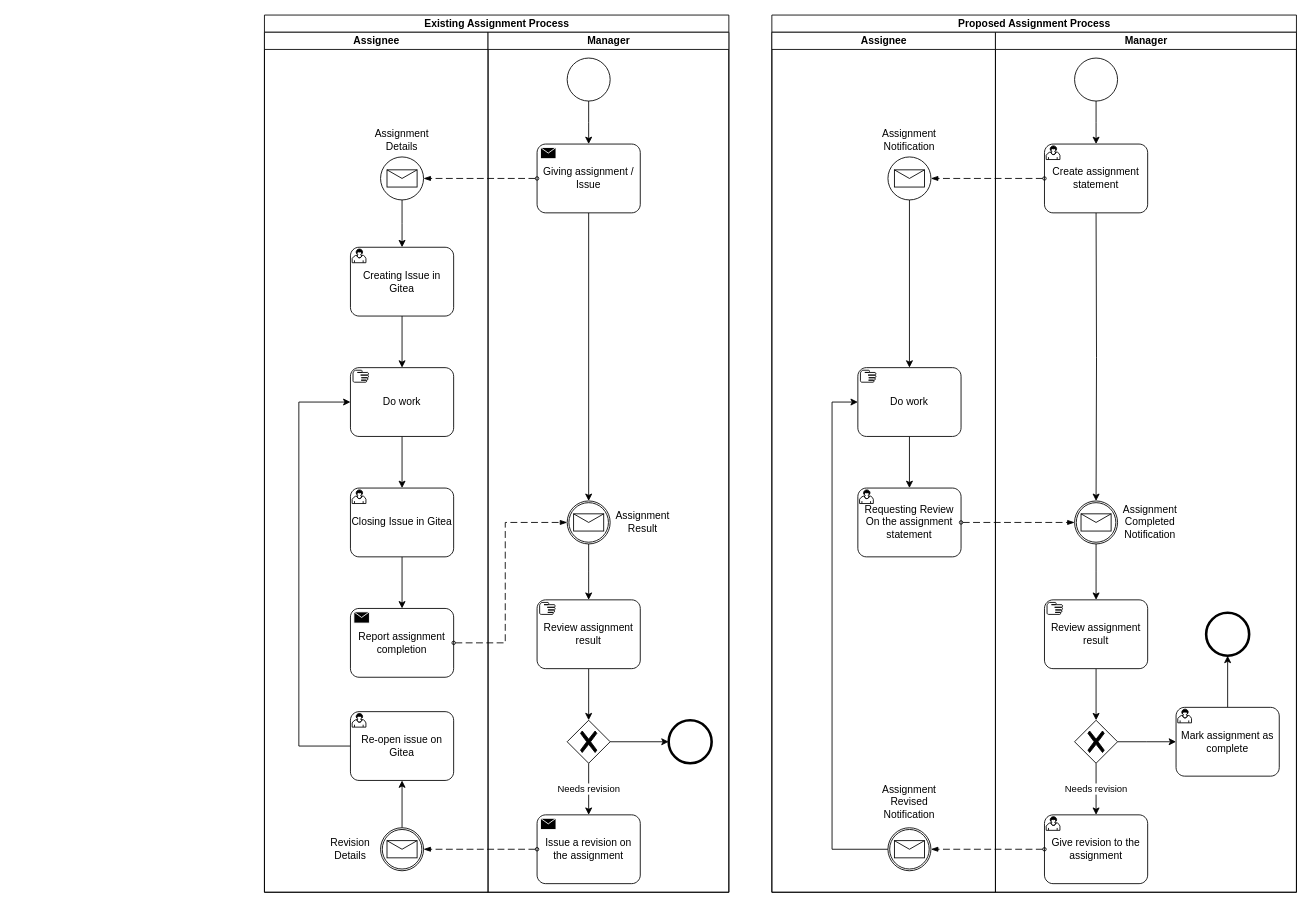
This is page "Assignment Process" (2 of 2) of Diagrams/BPM.drawio from ryusu777/TodoApp, a draw.io file, before an edit. Source tidied: cells renumbered, new cells numbered last; positions are measured from the earlier drawing's top-left corner, leaving out a move shared by most shapes. Both pictures are drawn from the tidied source at 86%, with x=0, y=0 at pixel (264, 15).
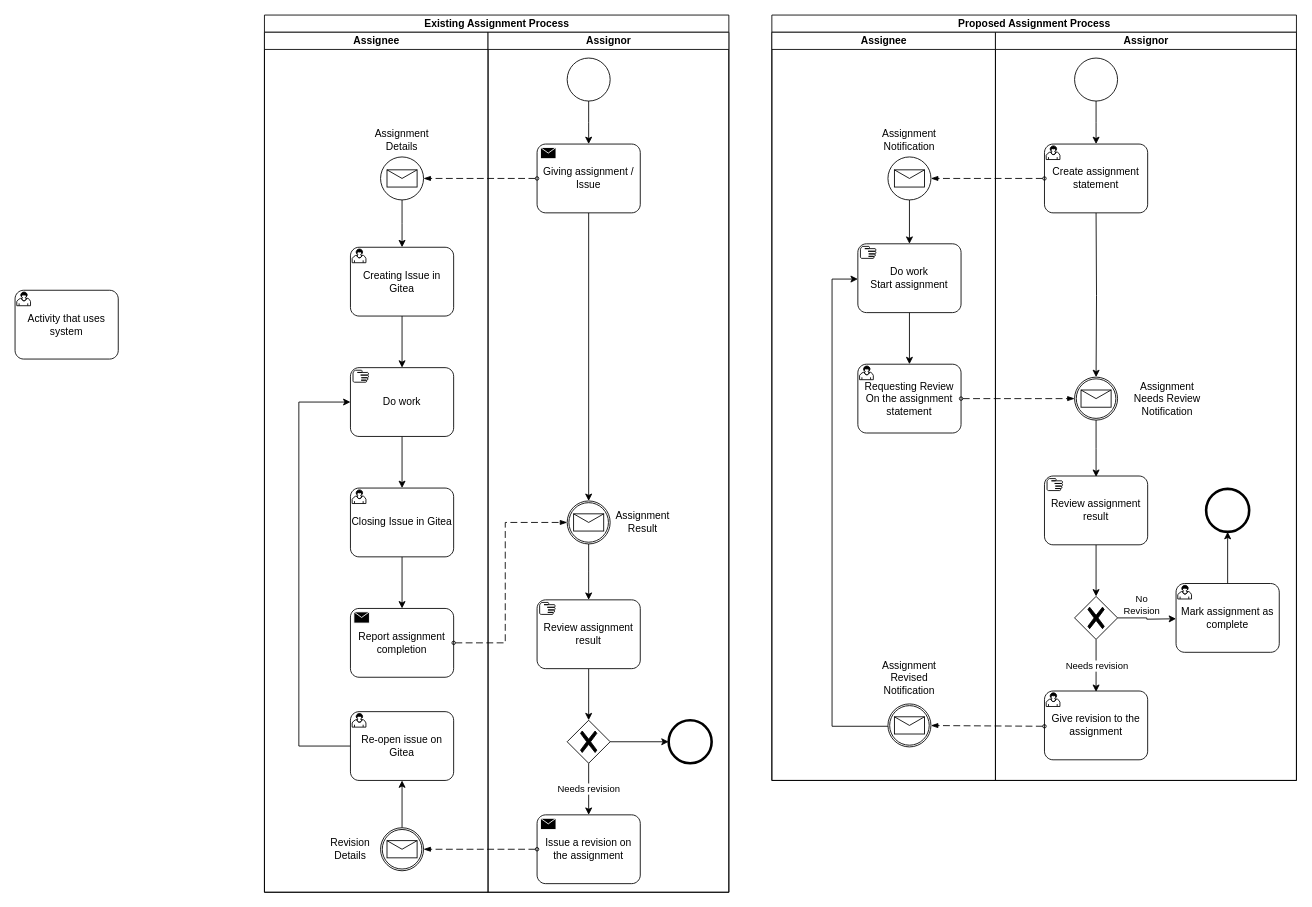
The same diagram, later.

Unchanged cells that the change refers to:
```xml
<mxCell id="2" value="Existing Assignment Process" style="swimlane;html=1;startSize=20;" parent="1" vertex="1">
  <mxGeometry width="540" height="1020" as="geometry" />
</mxCell>
```

Diff of the diagram source:
```diff
@@
-    <mxCell id="19" value="Manager" style="swimlane;html=1;startSize=20;" parent="2" vertex="1">
+    <mxCell id="19" value="Assignor" style="swimlane;html=1;startSize=20;" parent="2" vertex="1">
       <mxGeometry x="260" y="20" width="280" height="1000" as="geometry" />
     </mxCell>
@@
     <mxCell id="37" value="Proposed Assignment Process" style="swimlane;html=1;startSize=20;" parent="1" vertex="1">
-      <mxGeometry x="590" width="610" height="1020" as="geometry" />
+      <mxGeometry x="590" width="610" height="890" as="geometry" />
     </mxCell>
     <mxCell id="38" value="Assignee" style="swimlane;html=1;startSize=20;" parent="37" vertex="1">
-      <mxGeometry y="20" width="260" height="1000" as="geometry" />
+      <mxGeometry y="20" width="260" height="870" as="geometry" />
     </mxCell>
@@
     <mxCell id="42" value="Requesting Review On the assignment statement" style="points=[[0.25,0,0],[0.5,0,0],[0.75,0,0],[1,0.25,0],[1,0.5,0],[1,0.75,0],[0.75,1,0],[0.5,1,0],[0.25,1,0],[0,0.75,0],[0,0.5,0],[0,0.25,0]];shape=mxgraph.bpmn.task;whiteSpace=wrap;rectStyle=rounded;size=10;taskMarker=user;strokeWidth=1;" parent="38" vertex="1">
-      <mxGeometry x="100" y="530" width="120" height="80" as="geometry" />
+      <mxGeometry x="100" y="386" width="120" height="80" as="geometry" />
     </mxCell>
     <mxCell id="43" style="edgeStyle=orthogonalEdgeStyle;rounded=0;jettySize=auto;html=1;" parent="38" edge="1" source="44" target="46">
       <mxGeometry relative="1" as="geometry">
         <Array as="points">
-          <mxPoint x="70" y="950" />
-          <mxPoint x="70" y="430" />
+          <mxPoint x="70" y="807" />
+          <mxPoint x="70" y="287" />
         </Array>
       </mxGeometry>
     </mxCell>
     <mxCell id="44" style="points=[[0.145,0.145,0],[0.5,0,0],[0.855,0.145,0],[1,0.5,0],[0.855,0.855,0],[0.5,1,0],[0.145,0.855,0],[0,0.5,0]];shape=mxgraph.bpmn.event;html=1;verticalLabelPosition=bottom;labelBackgroundColor=#ffffff;verticalAlign=top;align=center;perimeter=ellipsePerimeter;outlineConnect=0;outline=catching;symbol=message;strokeWidth=1;" parent="38" vertex="1">
-      <mxGeometry x="135" y="925" width="50" height="50" as="geometry" />
+      <mxGeometry x="135" y="781" width="50" height="50" as="geometry" />
     </mxCell>
@@
-    <mxCell id="46" value="Do work" style="points=[[0.25,0,0],[0.5,0,0],[0.75,0,0],[1,0.25,0],[1,0.5,0],[1,0.75,0],[0.75,1,0],[0.5,1,0],[0.25,1,0],[0,0.75,0],[0,0.5,0],[0,0.25,0]];shape=mxgraph.bpmn.task;whiteSpace=wrap;rectStyle=rounded;size=10;taskMarker=manual;strokeWidth=1;" parent="38" vertex="1">
-      <mxGeometry x="100" y="390" width="120" height="80" as="geometry" />
+    <mxCell id="46" value="Do work&#10;Start assignment" style="points=[[0.25,0,0],[0.5,0,0],[0.75,0,0],[1,0.25,0],[1,0.5,0],[1,0.75,0],[0.75,1,0],[0.5,1,0],[0.25,1,0],[0,0.75,0],[0,0.5,0],[0,0.25,0]];shape=mxgraph.bpmn.task;whiteSpace=wrap;rectStyle=rounded;size=10;taskMarker=manual;strokeWidth=1;" parent="38" vertex="1">
+      <mxGeometry x="100" y="246" width="120" height="80" as="geometry" />
     </mxCell>
     <mxCell id="47" value="Assignment Revised Notification" style="text;html=1;strokeColor=none;fillColor=none;align=center;verticalAlign=middle;whiteSpace=wrap;rounded=0;strokeWidth=1;" parent="38" vertex="1">
-      <mxGeometry x="130" y="880" width="60" height="30" as="geometry" />
+      <mxGeometry x="130" y="736" width="60" height="30" as="geometry" />
     </mxCell>
-    <mxCell id="48" value="Manager" style="swimlane;html=1;startSize=20;" parent="37" vertex="1">
-      <mxGeometry x="260" y="20" width="350" height="1000" as="geometry" />
+    <mxCell id="48" value="Assignor" style="swimlane;html=1;startSize=20;" parent="37" vertex="1">
+      <mxGeometry x="260" y="20" width="350" height="870" as="geometry" />
     </mxCell>
@@
     <mxCell id="52" style="edgeStyle=orthogonalEdgeStyle;rounded=0;jettySize=auto;html=1;" parent="48" edge="1" source="53">
       <mxGeometry relative="1" as="geometry">
-        <mxPoint x="117" y="660" as="targetPoint" />
+        <mxPoint x="117" y="517" as="targetPoint" />
       </mxGeometry>
     </mxCell>
     <mxCell id="53" style="points=[[0.145,0.145,0],[0.5,0,0],[0.855,0.145,0],[1,0.5,0],[0.855,0.855,0],[0.5,1,0],[0.145,0.855,0],[0,0.5,0]];shape=mxgraph.bpmn.event;html=1;verticalLabelPosition=bottom;labelBackgroundColor=#ffffff;verticalAlign=top;align=center;perimeter=ellipsePerimeter;outlineConnect=0;outline=catching;symbol=message;strokeWidth=1;" parent="48" vertex="1">
-      <mxGeometry x="92" y="545" width="50" height="50" as="geometry" />
+      <mxGeometry x="92" y="401" width="50" height="50" as="geometry" />
     </mxCell>
-    <mxCell id="54" value="Assignment Completed Notification" style="text;html=1;strokeColor=none;fillColor=none;align=center;verticalAlign=middle;whiteSpace=wrap;rounded=0;strokeWidth=1;" parent="48" vertex="1">
-      <mxGeometry x="150" y="555" width="60" height="30" as="geometry" />
+    <mxCell id="54" value="Assignment Needs Review Notification" style="text;html=1;strokeColor=none;fillColor=none;align=center;verticalAlign=middle;whiteSpace=wrap;rounded=0;strokeWidth=1;" parent="48" vertex="1">
+      <mxGeometry x="150" y="411" width="100" height="30" as="geometry" />
     </mxCell>
@@
     <mxCell id="56" value="Review assignment result" style="points=[[0.25,0,0],[0.5,0,0],[0.75,0,0],[1,0.25,0],[1,0.5,0],[1,0.75,0],[0.75,1,0],[0.5,1,0],[0.25,1,0],[0,0.75,0],[0,0.5,0],[0,0.25,0]];shape=mxgraph.bpmn.task;whiteSpace=wrap;rectStyle=rounded;size=10;taskMarker=manual;strokeWidth=1;" parent="48" vertex="1">
-      <mxGeometry x="57" y="660" width="120" height="80" as="geometry" />
+      <mxGeometry x="57" y="516" width="120" height="80" as="geometry" />
     </mxCell>
-    <mxCell id="57" style="edgeStyle=orthogonalEdgeStyle;rounded=0;jettySize=auto;html=1;" parent="48" edge="1" source="59">
-      <mxGeometry relative="1" as="geometry">
-        <mxPoint x="210" y="825" as="targetPoint" />
+    <mxCell id="57" value="No &lt;br&gt;Revision" style="edgeStyle=orthogonalEdgeStyle;rounded=0;jettySize=auto;html=1;" parent="48" edge="1" source="59">
+      <mxGeometry x="-0.18" y="15" relative="1" as="geometry">
+        <mxPoint x="210" y="682" as="targetPoint" />
       </mxGeometry>
     </mxCell>
     <mxCell id="58" value="Needs revision" style="edgeStyle=orthogonalEdgeStyle;rounded=0;jettySize=auto;html=1;" parent="48" edge="1" source="59">
       <mxGeometry relative="1" as="geometry">
-        <mxPoint x="117" y="910" as="targetPoint" />
+        <mxPoint x="117" y="767" as="targetPoint" />
       </mxGeometry>
     </mxCell>
     <mxCell id="59" style="points=[[0.25,0.25,0],[0.5,0,0],[0.75,0.25,0],[1,0.5,0],[0.75,0.75,0],[0.5,1,0],[0.25,0.75,0],[0,0.5,0]];shape=mxgraph.bpmn.gateway2;html=1;verticalLabelPosition=bottom;labelBackgroundColor=#ffffff;verticalAlign=top;align=center;perimeter=rhombusPerimeter;outlineConnect=0;outline=none;symbol=none;gwType=exclusive;strokeWidth=1;" parent="48" vertex="1">
-      <mxGeometry x="92" y="800" width="50" height="50" as="geometry" />
+      <mxGeometry x="92" y="656" width="50" height="50" as="geometry" />
     </mxCell>
@@
     <mxCell id="61" value="Give revision to the assignment" style="shape=mxgraph.bpmn.task;whiteSpace=wrap;rectStyle=rounded;size=10;taskMarker=user;strokeWidth=1;" parent="48" vertex="1">
-      <mxGeometry x="57" y="910" width="120" height="80" as="geometry" />
+      <mxGeometry x="57" y="766" width="120" height="80" as="geometry" />
     </mxCell>
@@
     <mxCell id="63" value="Mark assignment as complete" style="points=[[0.25,0,0],[0.5,0,0],[0.75,0,0],[1,0.25,0],[1,0.5,0],[1,0.75,0],[0.75,1,0],[0.5,1,0],[0.25,1,0],[0,0.75,0],[0,0.5,0],[0,0.25,0]];shape=mxgraph.bpmn.task;whiteSpace=wrap;rectStyle=rounded;size=10;taskMarker=user;strokeWidth=1;" parent="48" vertex="1">
-      <mxGeometry x="210" y="785" width="120" height="80" as="geometry" />
+      <mxGeometry x="210" y="641" width="120" height="80" as="geometry" />
     </mxCell>
     <mxCell id="64" style="points=[[0.145,0.145,0],[0.5,0,0],[0.855,0.145,0],[1,0.5,0],[0.855,0.855,0],[0.5,1,0],[0.145,0.855,0],[0,0.5,0]];shape=mxgraph.bpmn.event;html=1;verticalLabelPosition=bottom;labelBackgroundColor=#ffffff;verticalAlign=top;align=center;perimeter=ellipsePerimeter;outlineConnect=0;outline=end;symbol=terminate2;strokeWidth=1;" parent="48" vertex="1">
-      <mxGeometry x="245" y="675" width="50" height="50" as="geometry" />
+      <mxGeometry x="245" y="531" width="50" height="50" as="geometry" />
     </mxCell>
@@
-    <mxCell id="66" style="dashed=1;dashPattern=8 4;endArrow=blockThin;endFill=1;startArrow=oval;startFill=0;endSize=6;startSize=4;rounded=0;edgeStyle=orthogonalEdgeStyle;exitX=1;exitY=0.5;exitDx=0;exitDy=0;exitPerimeter=0;" parent="37" edge="1" source="42" target="53">
-      <mxGeometry relative="1" as="geometry">
-        <Array as="points">
-          <mxPoint x="260" y="590" />
-          <mxPoint x="260" y="590" />
-        </Array>
-      </mxGeometry>
+    <mxCell id="66" style="dashed=1;dashPattern=8 4;endArrow=blockThin;endFill=1;startArrow=oval;startFill=0;endSize=6;startSize=4;rounded=0;edgeStyle=orthogonalEdgeStyle;" parent="37" edge="1" source="42" target="53">
+      <mxGeometry relative="1" as="geometry" />
     </mxCell>
     <mxCell id="67" style="dashed=1;dashPattern=8 4;endArrow=blockThin;endFill=1;startArrow=oval;startFill=0;endSize=6;startSize=4;rounded=0;" parent="37" edge="1" target="44">
       <mxGeometry relative="1" as="geometry">
-        <mxPoint x="317" y="970" as="sourcePoint" />
+        <mxPoint x="317" y="827" as="sourcePoint" />
       </mxGeometry>
     </mxCell>
+    <mxCell id="68" value="Activity that uses system" style="shape=mxgraph.bpmn.task;whiteSpace=wrap;rectStyle=rounded;size=10;taskMarker=user;strokeWidth=1;" parent="1" vertex="1">
+      <mxGeometry x="-290" y="320" width="120" height="80" as="geometry" />
+    </mxCell>
```
